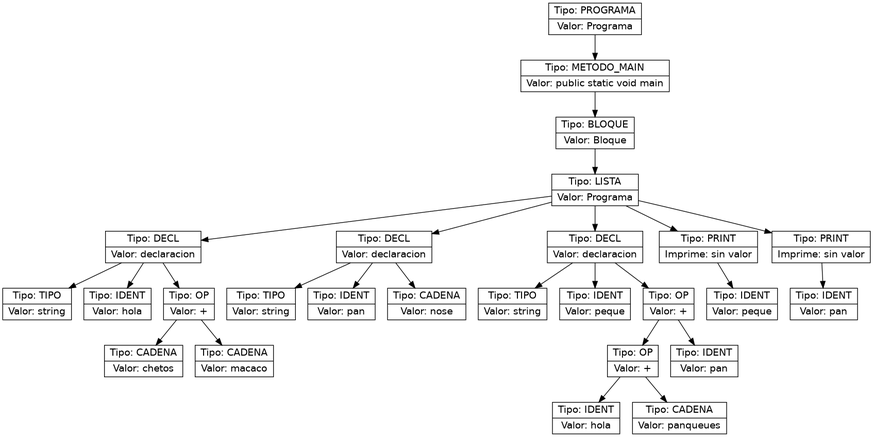
Before: ast.png, a diagram exported from Graphviz (Farot30/OLC2_2s2025_P2_202307820). Its source is kept beside it as ast.dot.
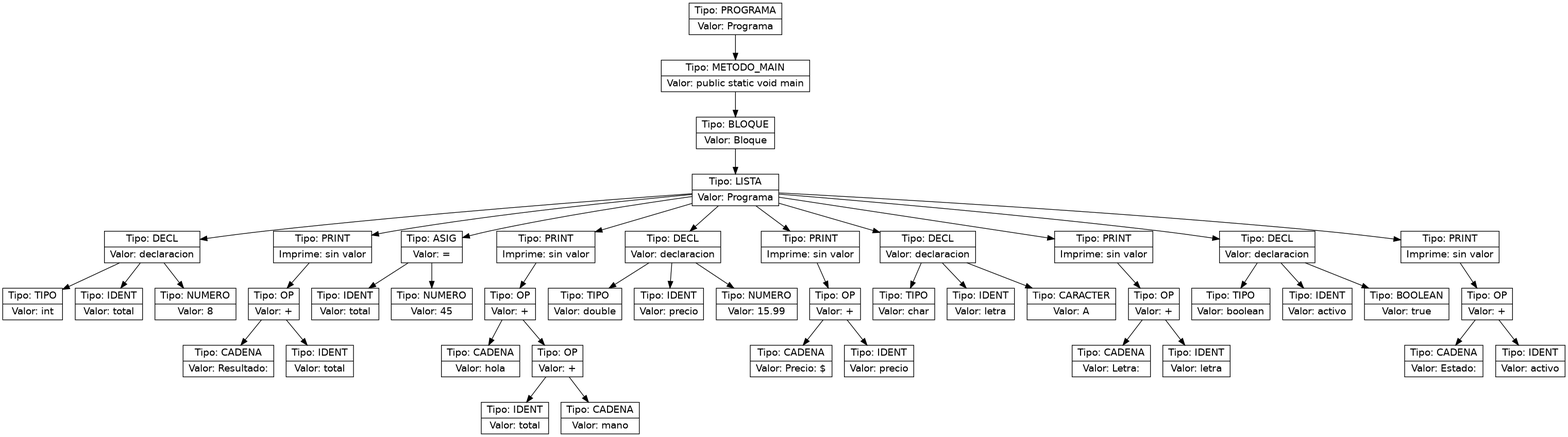
The same file after the commit.

What changed in the source:
```diff
@@ -1,54 +1,92 @@
 digraph AST {
   node [shape=record,fontname="Helvetica"];
-  n0x62ee48352f00 [label="{Tipo: PROGRAMA|Valor: Programa}"];
-  n0x62ee48352f00 -> n0x62ee48413d40;
-  n0x62ee48413d40 [label="{Tipo: METODO_MAIN|Valor: public static void main}"];
-  n0x62ee48413d40 -> n0x62ee4840e7e0;
-  n0x62ee4840e7e0 [label="{Tipo: BLOQUE|Valor: Bloque}"];
-  n0x62ee4840e7e0 -> n0x62ee48426c10;
-  n0x62ee48426c10 [label="{Tipo: LISTA|Valor: Programa}"];
-  n0x62ee48426c10 -> n0x62ee4823c840;
-  n0x62ee4823c840 [label="{Tipo: DECL|Valor: declaracion}"];
-  n0x62ee4823c840 -> n0x62ee48494180;
-  n0x62ee48494180 [label="{Tipo: TIPO|Valor: string}"];
-  n0x62ee4823c840 -> n0x62ee48494080;
-  n0x62ee48494080 [label="{Tipo: IDENT|Valor: hola}"];
-  n0x62ee4823c840 -> n0x62ee48236080;
-  n0x62ee48236080 [label="{Tipo: OP|Valor: +}"];
-  n0x62ee48236080 -> n0x62ee48535a40;
-  n0x62ee48535a40 [label="{Tipo: CADENA|Valor: chetos }"];
-  n0x62ee48236080 -> n0x62ee48496480;
-  n0x62ee48496480 [label="{Tipo: CADENA|Valor: macaco }"];
-  n0x62ee48426c10 -> n0x62ee484979e0;
-  n0x62ee484979e0 [label="{Tipo: DECL|Valor: declaracion}"];
-  n0x62ee484979e0 -> n0x62ee484207f0;
-  n0x62ee484207f0 [label="{Tipo: TIPO|Valor: string}"];
-  n0x62ee484979e0 -> n0x62ee484a7060;
-  n0x62ee484a7060 [label="{Tipo: IDENT|Valor: pan}"];
-  n0x62ee484979e0 -> n0x62ee4860c0d0;
-  n0x62ee4860c0d0 [label="{Tipo: CADENA|Valor: nose }"];
-  n0x62ee48426c10 -> n0x62ee4848cbe0;
-  n0x62ee4848cbe0 [label="{Tipo: DECL|Valor: declaracion}"];
-  n0x62ee4848cbe0 -> n0x62ee484a6e20;
-  n0x62ee484a6e20 [label="{Tipo: TIPO|Valor: string}"];
-  n0x62ee4848cbe0 -> n0x62ee48494860;
-  n0x62ee48494860 [label="{Tipo: IDENT|Valor: peque}"];
-  n0x62ee4848cbe0 -> n0x62ee48619720;
-  n0x62ee48619720 [label="{Tipo: OP|Valor: +}"];
-  n0x62ee48619720 -> n0x62ee48495ee0;
-  n0x62ee48495ee0 [label="{Tipo: OP|Valor: +}"];
-  n0x62ee48495ee0 -> n0x62ee481f9970;
-  n0x62ee481f9970 [label="{Tipo: IDENT|Valor: hola}"];
-  n0x62ee48495ee0 -> n0x62ee484a6520;
-  n0x62ee484a6520 [label="{Tipo: CADENA|Valor: panqueues }"];
-  n0x62ee48619720 -> n0x62ee4848eee0;
-  n0x62ee4848eee0 [label="{Tipo: IDENT|Valor: pan}"];
-  n0x62ee48426c10 -> n0x62ee484a51c0;
-  n0x62ee484a51c0 [label="{Tipo: PRINT|Imprime: sin valor}"];
-  n0x62ee484a51c0 -> n0x62ee484a59a0;
-  n0x62ee484a59a0 [label="{Tipo: IDENT|Valor: peque}"];
-  n0x62ee48426c10 -> n0x62ee48492070;
-  n0x62ee48492070 [label="{Tipo: PRINT|Imprime: sin valor}"];
-  n0x62ee48492070 -> n0x62ee48557d20;
-  n0x62ee48557d20 [label="{Tipo: IDENT|Valor: pan}"];
+  n0x5703c6ddf650 [label="{Tipo: PROGRAMA|Valor: Programa}"];
+  n0x5703c6ddf650 -> n0x5703c6e692f0;
+  n0x5703c6e692f0 [label="{Tipo: METODO_MAIN|Valor: public static void main}"];
+  n0x5703c6e692f0 -> n0x5703c6e34a30;
+  n0x5703c6e34a30 [label="{Tipo: BLOQUE|Valor: Bloque}"];
+  n0x5703c6e34a30 -> n0x5703c6e8a460;
+  n0x5703c6e8a460 [label="{Tipo: LISTA|Valor: Programa}"];
+  n0x5703c6e8a460 -> n0x5703c6e40eb0;
+  n0x5703c6e40eb0 [label="{Tipo: DECL|Valor: declaracion}"];
+  n0x5703c6e40eb0 -> n0x5703c6df86c0;
+  n0x5703c6df86c0 [label="{Tipo: TIPO|Valor: int}"];
+  n0x5703c6e40eb0 -> n0x5703c6e685e0;
+  n0x5703c6e685e0 [label="{Tipo: IDENT|Valor: total}"];
+  n0x5703c6e40eb0 -> n0x5703c6c06e20;
+  n0x5703c6c06e20 [label="{Tipo: NUMERO|Valor: 8}"];
+  n0x5703c6e8a460 -> n0x5703c6dc5330;
+  n0x5703c6dc5330 [label="{Tipo: PRINT|Imprime: sin valor}"];
+  n0x5703c6dc5330 -> n0x5703c6ddb630;
+  n0x5703c6ddb630 [label="{Tipo: OP|Valor: +}"];
+  n0x5703c6ddb630 -> n0x5703c6df6a20;
+  n0x5703c6df6a20 [label="{Tipo: CADENA|Valor: Resultado: }"];
+  n0x5703c6ddb630 -> n0x5703c6e4f6f0;
+  n0x5703c6e4f6f0 [label="{Tipo: IDENT|Valor: total}"];
+  n0x5703c6e8a460 -> n0x5703c6df7b30;
+  n0x5703c6df7b30 [label="{Tipo: ASIG|Valor: =}"];
+  n0x5703c6df7b30 -> n0x5703c6fa6e80;
+  n0x5703c6fa6e80 [label="{Tipo: IDENT|Valor: total}"];
+  n0x5703c6df7b30 -> n0x5703c6e691b0;
+  n0x5703c6e691b0 [label="{Tipo: NUMERO|Valor: 45}"];
+  n0x5703c6e8a460 -> n0x5703c6e4f290;
+  n0x5703c6e4f290 [label="{Tipo: PRINT|Imprime: sin valor}"];
+  n0x5703c6e4f290 -> n0x5703c6e34a80;
+  n0x5703c6e34a80 [label="{Tipo: OP|Valor: +}"];
+  n0x5703c6e34a80 -> n0x5703c6feac10;
+  n0x5703c6feac10 [label="{Tipo: CADENA|Valor: hola}"];
+  n0x5703c6e34a80 -> n0x5703c6f4f1f0;
+  n0x5703c6f4f1f0 [label="{Tipo: OP|Valor: +}"];
+  n0x5703c6f4f1f0 -> n0x5703c6e686d0;
+  n0x5703c6e686d0 [label="{Tipo: IDENT|Valor: total}"];
+  n0x5703c6f4f1f0 -> n0x5703c6e40d20;
+  n0x5703c6e40d20 [label="{Tipo: CADENA|Valor: mano}"];
+  n0x5703c6e8a460 -> n0x5703c6bfce10;
+  n0x5703c6bfce10 [label="{Tipo: DECL|Valor: declaracion}"];
+  n0x5703c6bfce10 -> n0x5703c6d7e7b0;
+  n0x5703c6d7e7b0 [label="{Tipo: TIPO|Valor: double}"];
+  n0x5703c6bfce10 -> n0x5703c6f4eae0;
+  n0x5703c6f4eae0 [label="{Tipo: IDENT|Valor: precio}"];
+  n0x5703c6bfce10 -> n0x5703c6c0ab70;
+  n0x5703c6c0ab70 [label="{Tipo: NUMERO|Valor: 15.99}"];
+  n0x5703c6e8a460 -> n0x5703c6de0030;
+  n0x5703c6de0030 [label="{Tipo: PRINT|Imprime: sin valor}"];
+  n0x5703c6de0030 -> n0x5703c6ddd490;
+  n0x5703c6ddd490 [label="{Tipo: OP|Valor: +}"];
+  n0x5703c6ddd490 -> n0x5703c6c238c0;
+  n0x5703c6c238c0 [label="{Tipo: CADENA|Valor: Precio: $}"];
+  n0x5703c6ddd490 -> n0x5703c6e34990;
+  n0x5703c6e34990 [label="{Tipo: IDENT|Valor: precio}"];
+  n0x5703c6e8a460 -> n0x5703c6c1a8e0;
+  n0x5703c6c1a8e0 [label="{Tipo: DECL|Valor: declaracion}"];
+  n0x5703c6c1a8e0 -> n0x5703c6dca150;
+  n0x5703c6dca150 [label="{Tipo: TIPO|Valor: char}"];
+  n0x5703c6c1a8e0 -> n0x5703c6c20840;
+  n0x5703c6c20840 [label="{Tipo: IDENT|Valor: letra}"];
+  n0x5703c6c1a8e0 -> n0x5703c6e61300;
+  n0x5703c6e61300 [label="{Tipo: CARACTER|Valor: A}"];
+  n0x5703c6e8a460 -> n0x5703c6c27130;
+  n0x5703c6c27130 [label="{Tipo: PRINT|Imprime: sin valor}"];
+  n0x5703c6c27130 -> n0x5703c6e37290;
+  n0x5703c6e37290 [label="{Tipo: OP|Valor: +}"];
+  n0x5703c6e37290 -> n0x5703c6f3b040;
+  n0x5703c6f3b040 [label="{Tipo: CADENA|Valor: Letra: }"];
+  n0x5703c6e37290 -> n0x5703c6e68a40;
+  n0x5703c6e68a40 [label="{Tipo: IDENT|Valor: letra}"];
+  n0x5703c6e8a460 -> n0x5703c6dd9530;
+  n0x5703c6dd9530 [label="{Tipo: DECL|Valor: declaracion}"];
+  n0x5703c6dd9530 -> n0x5703c6c26920;
+  n0x5703c6c26920 [label="{Tipo: TIPO|Valor: boolean}"];
+  n0x5703c6dd9530 -> n0x5703c700f200;
+  n0x5703c700f200 [label="{Tipo: IDENT|Valor: activo}"];
+  n0x5703c6dd9530 -> n0x5703c6e689f0;
+  n0x5703c6e689f0 [label="{Tipo: BOOLEAN|Valor: true}"];
+  n0x5703c6e8a460 -> n0x5703c6dbef00;
+  n0x5703c6dbef00 [label="{Tipo: PRINT|Imprime: sin valor}"];
+  n0x5703c6dbef00 -> n0x5703c6dc60d0;
+  n0x5703c6dc60d0 [label="{Tipo: OP|Valor: +}"];
+  n0x5703c6dc60d0 -> n0x5703c6de84e0;
+  n0x5703c6de84e0 [label="{Tipo: CADENA|Valor: Estado: }"];
+  n0x5703c6dc60d0 -> n0x5703c6d787d0;
+  n0x5703c6d787d0 [label="{Tipo: IDENT|Valor: activo}"];
 }
```
